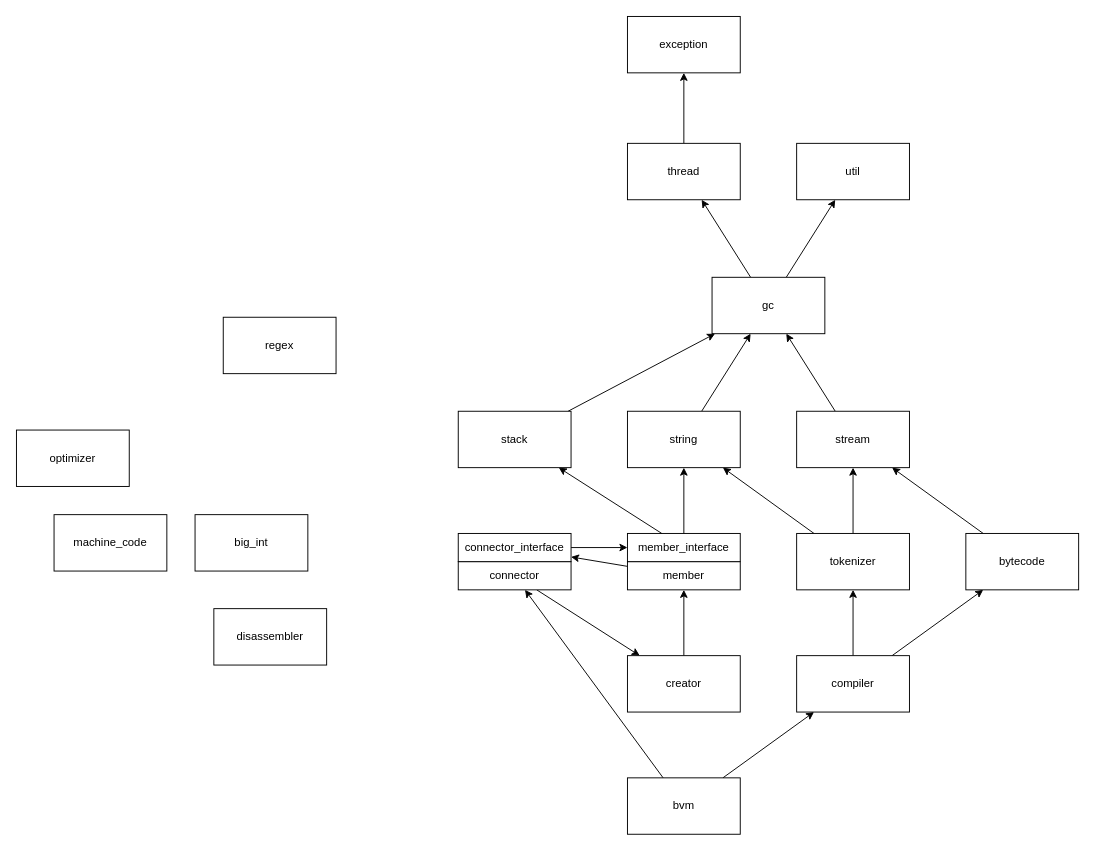
The draw.io diagram page "Dependencies" (3 of 4) of Components.drawio in bialang/bia, before the edit. Source tidied: cells renumbered, new cells numbered last; positions are measured from the earlier drawing's top-left corner, leaving out a move shared by most shapes. Both pictures are drawn from the tidied source at 94%, with x=0, y=0 at pixel (16, 16).
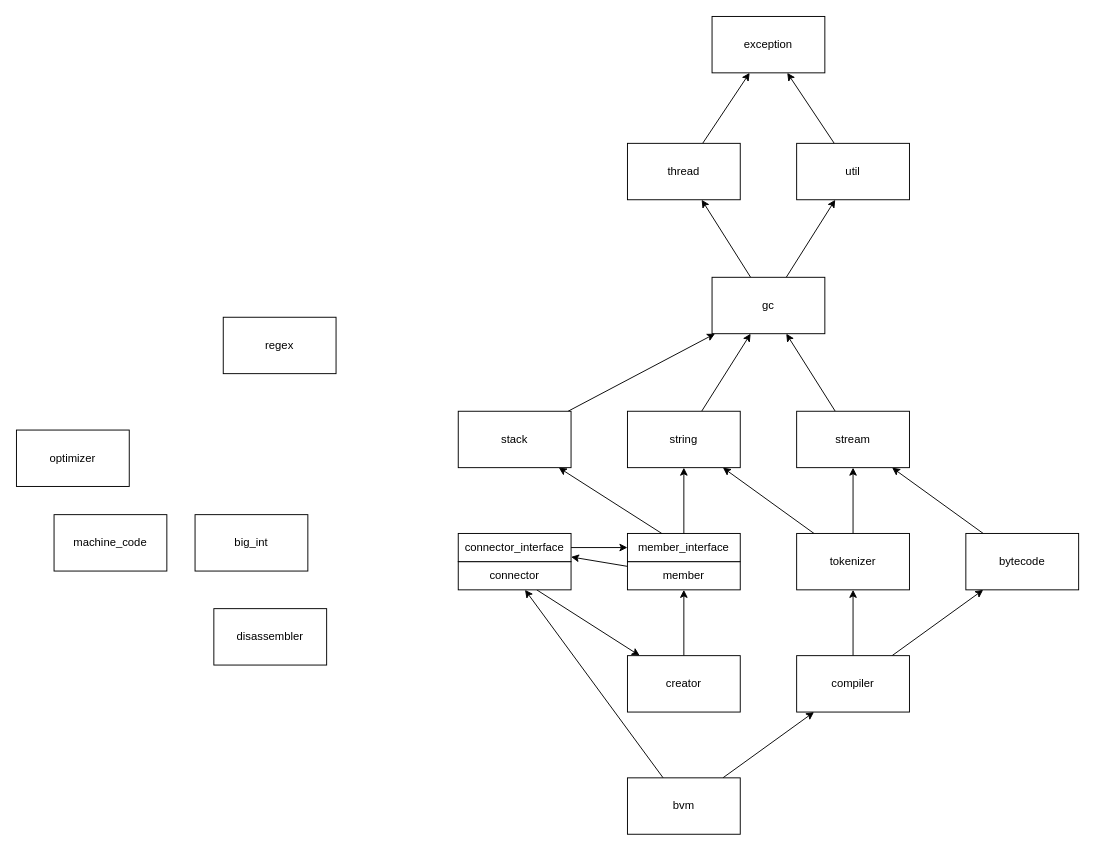
Above is the later version.

The change refers to these unchanged cells:
```xml
<mxCell id="12" value="util" style="rounded=0;whiteSpace=wrap;html=1;" parent="1" vertex="1">
  <mxGeometry x="830" y="135" width="120" height="60" as="geometry" />
</mxCell>
```

Diff of the diagram source:
```diff
@@
     <mxCell id="2" value="exception" style="rounded=0;whiteSpace=wrap;html=1;" parent="1" vertex="1">
-      <mxGeometry x="650" width="120" height="60" as="geometry" />
+      <mxGeometry x="740" width="120" height="60" as="geometry" />
     </mxCell>
@@
+    <mxCell id="43" style="rounded=0;jettySize=auto;html=1;" parent="1" edge="1" source="12" target="2">
+      <mxGeometry relative="1" as="geometry" />
+    </mxCell>
```
